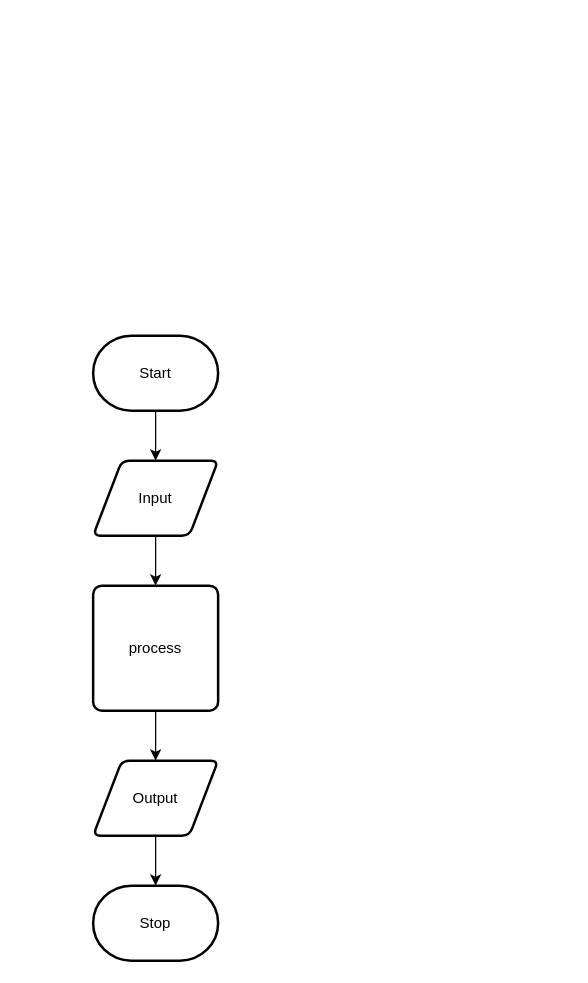
The draw.io diagram design/flow-chart.drawio in Ali-Mugamai/ICS20-5-07-JS, before the edit. Source tidied: cells renumbered, new cells numbered last; positions are measured from the earlier drawing's top-left corner, leaving out a move shared by most shapes. Both pictures are drawn from the tidied source at 125%, with x=0, y=0 at pixel (92, 335).
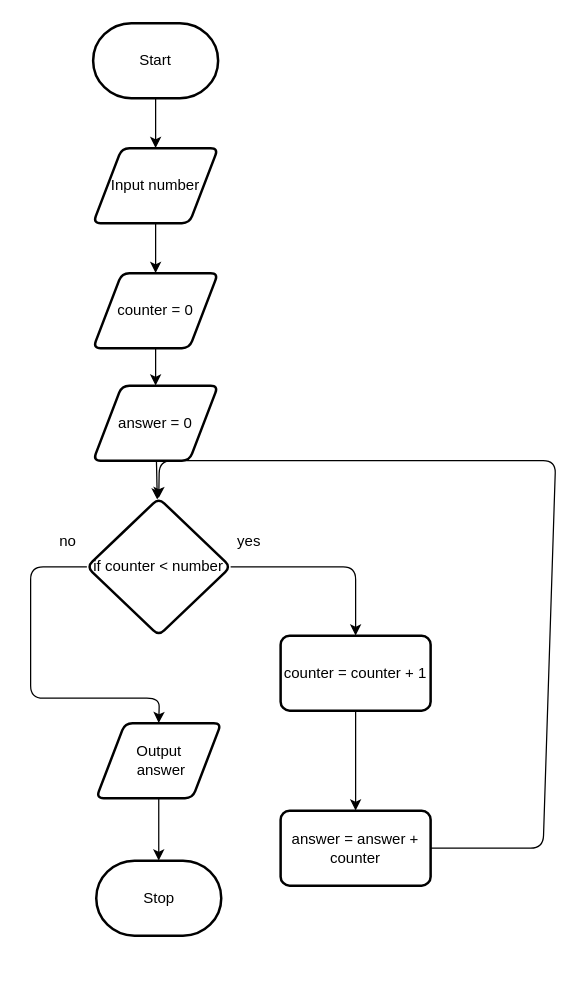
After the change.

Change to the diagram source:
```diff
@@
     <mxCell id="3" value="Start" style="strokeWidth=2;html=1;shape=mxgraph.flowchart.terminator;whiteSpace=wrap;" parent="1" vertex="1">
-      <mxGeometry width="100" height="60" as="geometry" />
+      <mxGeometry y="-250" width="100" height="60" as="geometry" />
     </mxCell>
-    <mxCell id="4" style="edgeStyle=none;html=1;" parent="1" edge="1" source="5" target="7">
-      <mxGeometry relative="1" as="geometry" />
-    </mxCell>
+    <mxCell id="11" style="edgeStyle=none;html=1;" parent="1" edge="1" source="5" target="13">
+      <mxGeometry relative="1" as="geometry" />
+    </mxCell>
-    <mxCell id="5" value="Input" style="shape=parallelogram;html=1;strokeWidth=2;perimeter=parallelogramPerimeter;whiteSpace=wrap;rounded=1;arcSize=12;size=0.23;" parent="1" vertex="1">
-      <mxGeometry y="100" width="100" height="60" as="geometry" />
+    <mxCell id="5" value="Input number" style="shape=parallelogram;html=1;strokeWidth=2;perimeter=parallelogramPerimeter;whiteSpace=wrap;rounded=1;arcSize=12;size=0.23;" parent="1" vertex="1">
+      <mxGeometry y="-150" width="100" height="60" as="geometry" />
     </mxCell>
-    <mxCell id="6" style="edgeStyle=none;html=1;" parent="1" edge="1" source="7" target="9">
-      <mxGeometry relative="1" as="geometry" />
-    </mxCell>
-    <mxCell id="7" value="process" style="rounded=1;whiteSpace=wrap;html=1;absoluteArcSize=1;arcSize=14;strokeWidth=2;" parent="1" vertex="1">
-      <mxGeometry y="200" width="100" height="100" as="geometry" />
-    </mxCell>
@@
-    <mxCell id="9" value="Output" style="shape=parallelogram;html=1;strokeWidth=2;perimeter=parallelogramPerimeter;whiteSpace=wrap;rounded=1;arcSize=12;size=0.23;" parent="1" vertex="1">
-      <mxGeometry y="340" width="100" height="60" as="geometry" />
+    <mxCell id="9" value="Output&lt;br&gt;&amp;nbsp;answer" style="shape=parallelogram;html=1;strokeWidth=2;perimeter=parallelogramPerimeter;whiteSpace=wrap;rounded=1;arcSize=12;size=0.23;" parent="1" vertex="1">
+      <mxGeometry x="2.5" y="310" width="100" height="60" as="geometry" />
     </mxCell>
     <mxCell id="10" value="Stop" style="strokeWidth=2;html=1;shape=mxgraph.flowchart.terminator;whiteSpace=wrap;" parent="1" vertex="1">
-      <mxGeometry y="440" width="100" height="60" as="geometry" />
+      <mxGeometry x="2.5" y="420" width="100" height="60" as="geometry" />
     </mxCell>
+    <mxCell id="12" style="edgeStyle=none;html=1;" parent="1" edge="1" source="13" target="15">
+      <mxGeometry relative="1" as="geometry" />
+    </mxCell>
+    <mxCell id="13" value="counter = 0" style="shape=parallelogram;html=1;strokeWidth=2;perimeter=parallelogramPerimeter;whiteSpace=wrap;rounded=1;arcSize=12;size=0.23;" parent="1" vertex="1">
+      <mxGeometry y="-50" width="100" height="60" as="geometry" />
+    </mxCell>
+    <mxCell id="14" style="edgeStyle=none;html=1;" parent="1" edge="1" source="15" target="18">
+      <mxGeometry relative="1" as="geometry" />
+    </mxCell>
+    <mxCell id="15" value="answer = 0" style="shape=parallelogram;html=1;strokeWidth=2;perimeter=parallelogramPerimeter;whiteSpace=wrap;rounded=1;arcSize=12;size=0.23;" parent="1" vertex="1">
+      <mxGeometry y="40" width="100" height="60" as="geometry" />
+    </mxCell>
+    <mxCell id="16" style="edgeStyle=none;html=1;" parent="1" edge="1" source="18" target="20">
+      <mxGeometry relative="1" as="geometry">
+        <Array as="points">
+          <mxPoint x="210" y="185" />
+        </Array>
+      </mxGeometry>
+    </mxCell>
+    <mxCell id="17" style="edgeStyle=none;html=1;entryX=0.5;entryY=0;entryDx=0;entryDy=0;" parent="1" edge="1" source="18" target="9">
+      <mxGeometry relative="1" as="geometry">
+        <Array as="points">
+          <mxPoint x="-50" y="185" />
+          <mxPoint x="-50" y="290" />
+          <mxPoint x="53" y="290" />
+        </Array>
+      </mxGeometry>
+    </mxCell>
+    <mxCell id="18" value="if counter &amp;lt; number" style="rhombus;whiteSpace=wrap;html=1;strokeWidth=2;rounded=1;arcSize=12;" parent="1" vertex="1">
+      <mxGeometry x="-5" y="130" width="115" height="110" as="geometry" />
+    </mxCell>
+    <mxCell id="19" style="edgeStyle=none;html=1;" parent="1" edge="1" source="20" target="22">
+      <mxGeometry relative="1" as="geometry" />
+    </mxCell>
+    <mxCell id="20" value="counter = counter + 1" style="whiteSpace=wrap;html=1;strokeWidth=2;rounded=1;arcSize=12;" parent="1" vertex="1">
+      <mxGeometry x="150" y="240" width="120" height="60" as="geometry" />
+    </mxCell>
+    <mxCell id="21" style="edgeStyle=none;html=1;entryX=0.5;entryY=0;entryDx=0;entryDy=0;" parent="1" edge="1" source="22" target="18">
+      <mxGeometry relative="1" as="geometry">
+        <Array as="points">
+          <mxPoint x="360" y="410" />
+          <mxPoint x="370" y="100" />
+          <mxPoint x="53" y="100" />
+        </Array>
+      </mxGeometry>
+    </mxCell>
+    <mxCell id="22" value="answer = answer + counter" style="whiteSpace=wrap;html=1;strokeWidth=2;rounded=1;arcSize=12;" parent="1" vertex="1">
+      <mxGeometry x="150" y="380" width="120" height="60" as="geometry" />
+    </mxCell>
+    <mxCell id="23" value="yes" style="text;html=1;strokeColor=none;fillColor=none;align=center;verticalAlign=middle;whiteSpace=wrap;rounded=0;" parent="1" vertex="1">
+      <mxGeometry x="95" y="150" width="60" height="30" as="geometry" />
+    </mxCell>
+    <mxCell id="24" value="no" style="text;html=1;strokeColor=none;fillColor=none;align=center;verticalAlign=middle;whiteSpace=wrap;rounded=0;" parent="1" vertex="1">
+      <mxGeometry x="-50" y="150" width="60" height="30" as="geometry" />
+    </mxCell>
```
